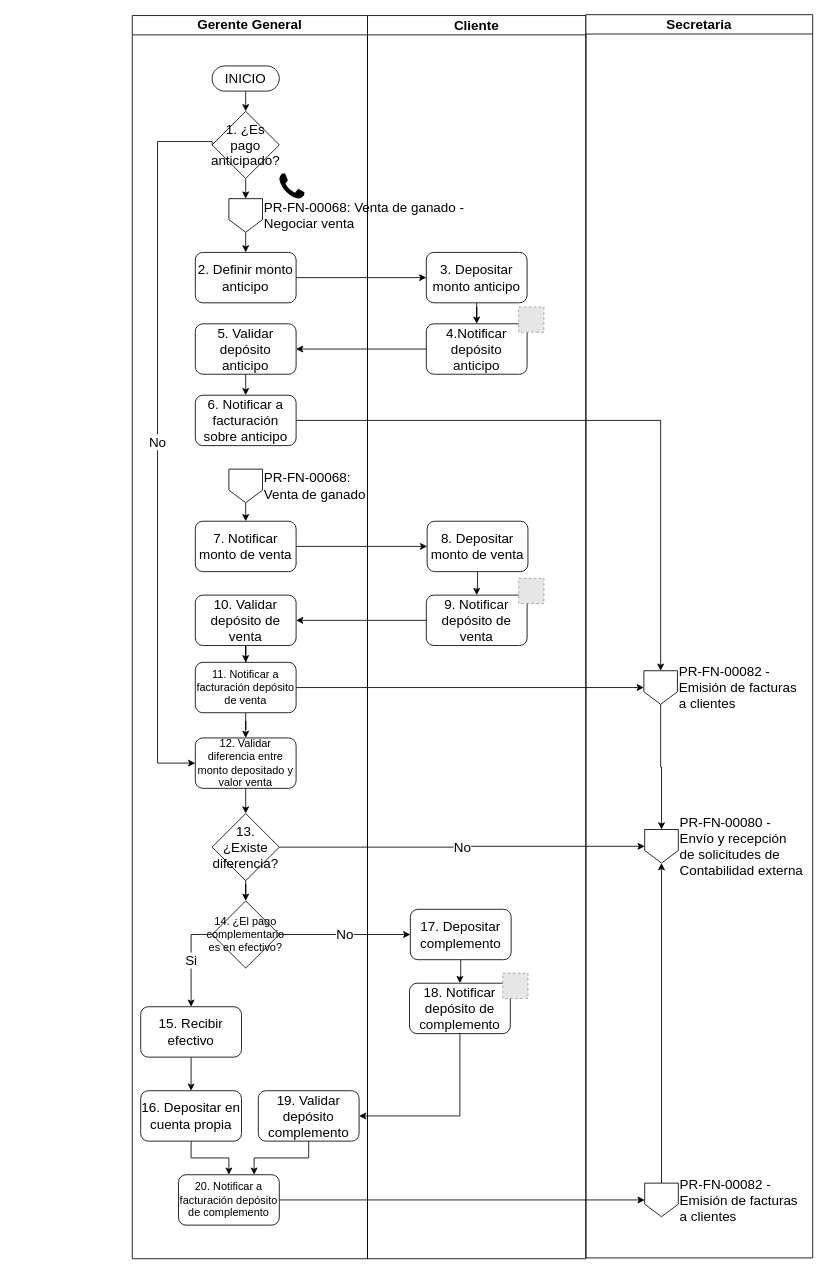
The draw.io diagram page "PR-FN-00078 - Cobro de venta de ganado" (6 of 6) of FSJB.drawio in prtigofn/Dev2.0, before the edit. Source tidied: cells renumbered, new cells numbered last; positions are measured from the earlier drawing's top-left corner, leaving out a move shared by most shapes. Both pictures are drawn from the tidied source at 84%, with x=0, y=0 at pixel (132, 14). Pictures stored in the file or linked from it are replaced by grey dashed boxes.
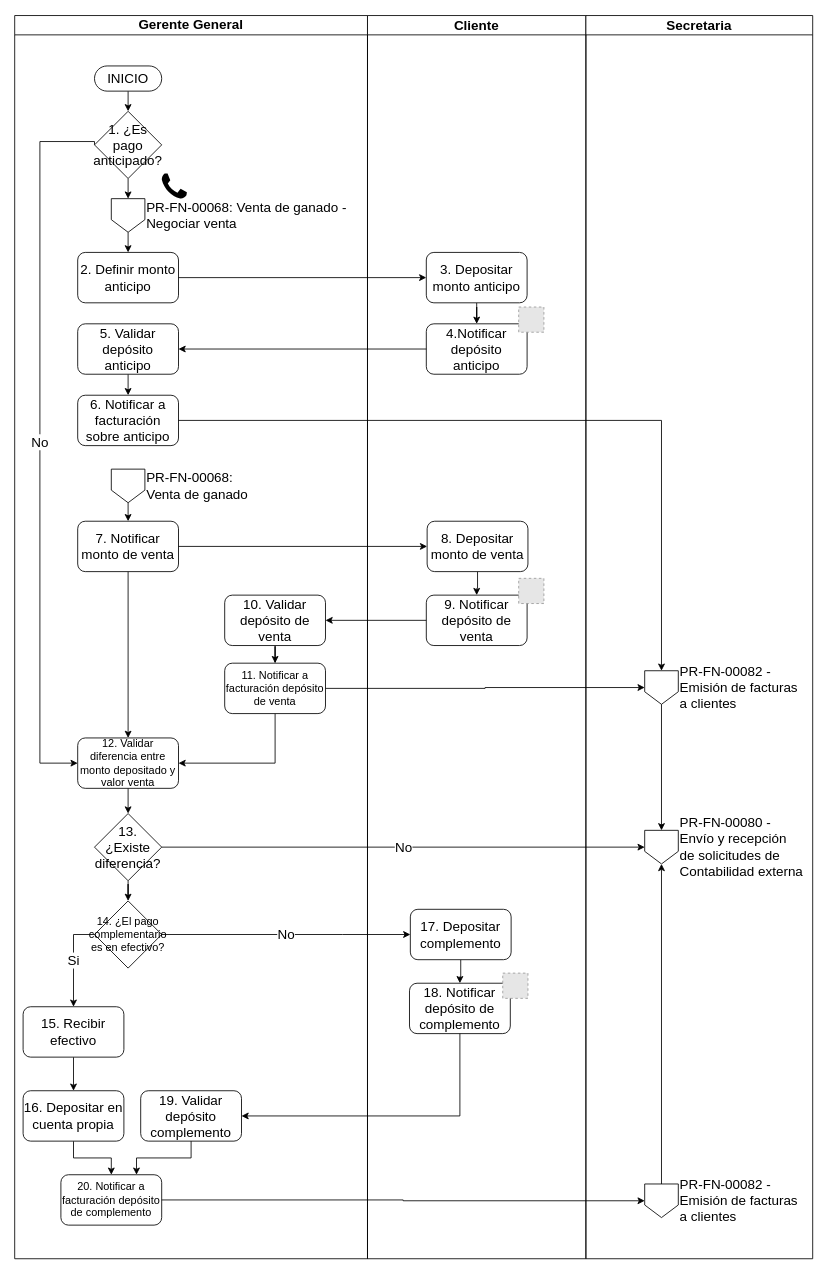
Above is the later version.

The change refers to these unchanged cells:
```xml
<mxCell id="13" value="6. Notificar a facturación sobre anticipo" style="rounded=1;whiteSpace=wrap;html=1;fontSize=16;" parent="2" vertex="1">
  <mxGeometry x="75" y="452" width="120" height="60" as="geometry" />
</mxCell>
<mxCell id="16" value="7. Notificar monto de venta" style="rounded=1;whiteSpace=wrap;html=1;fontSize=16;" parent="2" vertex="1">
  <mxGeometry x="75" y="602" width="120" height="60" as="geometry" />
</mxCell>
<mxCell id="22" value="12. Validar diferencia entre monto depositado y valor venta" style="rounded=1;whiteSpace=wrap;html=1;fontSize=13;" parent="2" vertex="1">
  <mxGeometry x="75" y="860" width="120" height="60" as="geometry" />
</mxCell>
<mxCell id="52" value="PR-FN-00080 -&amp;nbsp;&lt;div style=&quot;font-size: 16px;&quot;&gt;Envío y recepción&amp;nbsp;&lt;/div&gt;&lt;div style=&quot;font-size: 16px;&quot;&gt;de solicitudes de&amp;nbsp;&lt;/div&gt;&lt;div style=&quot;font-size: 16px;&quot;&gt;Contabilidad externa&lt;/div&gt;" style="shape=offPageConnector;fontSize=16;verticalAlign=middle;horizontal=1;labelPosition=right;verticalLabelPosition=middle;align=left;html=1;" parent="51" vertex="1">
  <mxGeometry x="70" y="970" width="40" height="40" as="geometry" />
</mxCell>
```

The edit, as a diff of the source:
```diff
@@
     <mxCell id="2" value="Gerente General" style="swimlane;whiteSpace=wrap;html=1;fontSize=16;verticalAlign=bottom;horizontal=1;" parent="1" vertex="1">
-      <mxGeometry y="1" width="280" height="1480" as="geometry" />
+      <mxGeometry x="-140" y="1" width="420" height="1480" as="geometry" />
     </mxCell>
@@
+    <mxCell id="64" style="edgeStyle=orthogonalEdgeStyle;rounded=0;jettySize=auto;html=1;entryX=0.5;entryY=0;entryDx=0;entryDy=0;" parent="2" edge="1" source="16" target="22">
+      <mxGeometry relative="1" as="geometry" />
+    </mxCell>
@@
     <mxCell id="18" value="10. Validar depósito de venta" style="rounded=1;whiteSpace=wrap;html=1;fontSize=16;" parent="2" vertex="1">
-      <mxGeometry x="75" y="690" width="120" height="60" as="geometry" />
+      <mxGeometry x="250" y="690" width="120" height="60" as="geometry" />
     </mxCell>
     <mxCell id="19" style="edgeStyle=orthogonalEdgeStyle;rounded=0;jettySize=auto;html=1;fontSize=16;" parent="2" edge="1" source="20" target="22">
-      <mxGeometry relative="1" as="geometry" />
+      <mxGeometry relative="1" as="geometry">
+        <Array as="points">
+          <mxPoint x="310" y="890" />
+        </Array>
+      </mxGeometry>
     </mxCell>
     <mxCell id="20" value="11. Notificar a facturación depósito de venta" style="rounded=1;whiteSpace=wrap;html=1;fontSize=13;" parent="2" vertex="1">
-      <mxGeometry x="75" y="770" width="120" height="60" as="geometry" />
+      <mxGeometry x="250" y="771" width="120" height="60" as="geometry" />
     </mxCell>
@@
-    <mxCell id="23" value="PR-FN-00082 -&amp;nbsp;&lt;div style=&quot;font-size: 16px;&quot;&gt;Emisión de facturas&amp;nbsp;&lt;/div&gt;&lt;div style=&quot;font-size: 16px;&quot;&gt;a clientes&lt;/div&gt;" style="shape=offPageConnector;fontSize=16;verticalAlign=middle;horizontal=1;labelPosition=right;verticalLabelPosition=middle;align=left;html=1;" parent="2" vertex="1">
-      <mxGeometry x="609" y="780" width="40" height="40" as="geometry" />
-    </mxCell>
-    <mxCell id="24" style="edgeStyle=orthogonalEdgeStyle;rounded=0;jettySize=auto;html=1;exitX=1;exitY=0.5;exitDx=0;exitDy=0;entryX=0;entryY=0.5;entryDx=0;entryDy=0;fontSize=16;" parent="2" edge="1" source="20" target="23">
-      <mxGeometry relative="1" as="geometry" />
-    </mxCell>
@@
-    <mxCell id="36" style="edgeStyle=orthogonalEdgeStyle;rounded=0;jettySize=auto;html=1;entryX=0.5;entryY=0;entryDx=0;entryDy=0;fontSize=16;" parent="2" edge="1" source="13" target="23">
-      <mxGeometry relative="1" as="geometry" />
-    </mxCell>
@@
     <mxCell id="51" value="Secretaria" style="swimlane;whiteSpace=wrap;html=1;fontSize=16;" parent="1" vertex="1">
-      <mxGeometry x="540" width="270" height="1480" as="geometry" />
+      <mxGeometry x="540" y="1" width="270" height="1480" as="geometry" />
     </mxCell>
@@
+    <mxCell id="23" value="PR-FN-00082 -&amp;nbsp;&lt;div style=&quot;font-size: 16px;&quot;&gt;Emisión de facturas&amp;nbsp;&lt;/div&gt;&lt;div style=&quot;font-size: 16px;&quot;&gt;a clientes&lt;/div&gt;" style="shape=offPageConnector;fontSize=16;verticalAlign=middle;horizontal=1;labelPosition=right;verticalLabelPosition=middle;align=left;html=1;" parent="51" vertex="1">
+      <mxGeometry x="70" y="780" width="40" height="40" as="geometry" />
+    </mxCell>
+    <mxCell id="63" style="edgeStyle=orthogonalEdgeStyle;rounded=0;jettySize=auto;html=1;exitX=0.5;exitY=1;exitDx=0;exitDy=0;entryX=0.5;entryY=0;entryDx=0;entryDy=0;fontSize=16;" parent="51" edge="1" source="23" target="52">
+      <mxGeometry relative="1" as="geometry" />
+    </mxCell>
@@
-    <mxCell id="63" style="edgeStyle=orthogonalEdgeStyle;rounded=0;jettySize=auto;html=1;exitX=0.5;exitY=1;exitDx=0;exitDy=0;entryX=0.5;entryY=0;entryDx=0;entryDy=0;fontSize=16;" parent="1" edge="1" source="23" target="52">
-      <mxGeometry relative="1" as="geometry" />
-    </mxCell>
+    <mxCell id="24" style="edgeStyle=orthogonalEdgeStyle;rounded=0;jettySize=auto;html=1;exitX=1;exitY=0.5;exitDx=0;exitDy=0;entryX=0;entryY=0.5;entryDx=0;entryDy=0;fontSize=16;" parent="1" edge="1" source="20" target="23">
+      <mxGeometry relative="1" as="geometry" />
+    </mxCell>
+    <mxCell id="36" style="edgeStyle=orthogonalEdgeStyle;rounded=0;jettySize=auto;html=1;entryX=0.5;entryY=0;entryDx=0;entryDy=0;fontSize=16;" parent="1" edge="1" source="13" target="23">
+      <mxGeometry relative="1" as="geometry" />
+    </mxCell>
```
